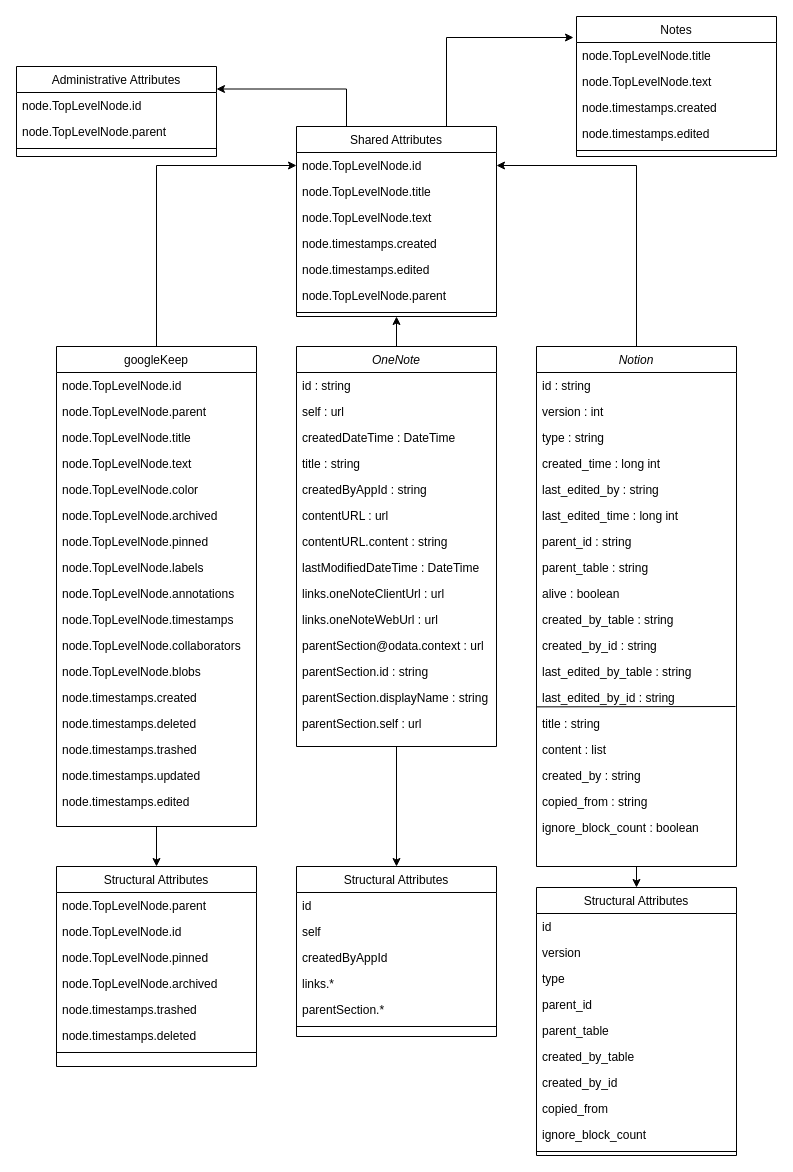
This is src/notes/attribute_union.drawio from SimonHofmeister1992/HSP-Project-SaaS_Data_Conversion_Tool, a draw.io file, before an edit. Source tidied: cells renumbered, new cells numbered last; positions are measured from the earlier drawing's top-left corner, leaving out a move shared by most shapes. Both pictures are drawn from the tidied source at 100%, with x=0, y=0 at pixel (16, 16).
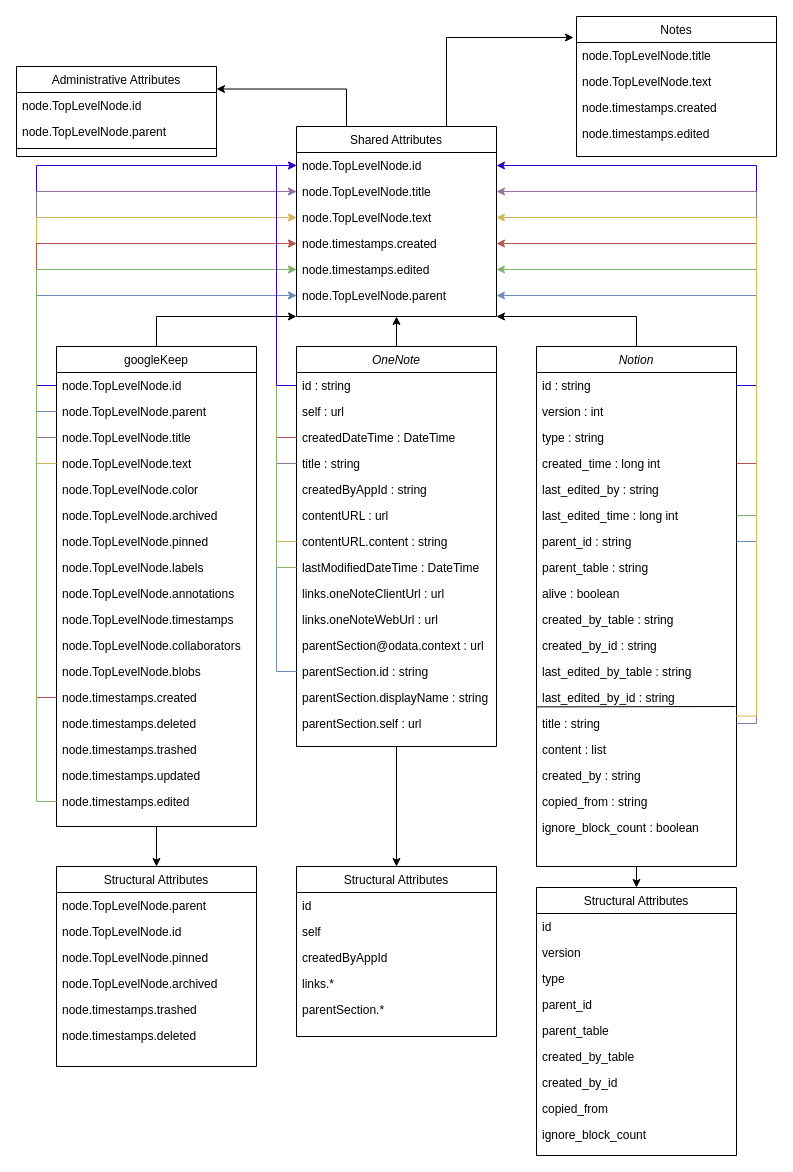
After the change.

Commit message (it also covers changes not shown here):
Verbessertes Attributdiagramm

Unchanged cells that the change refers to:
```xml
<mxCell id="4" value="googleKeep" style="swimlane;fontStyle=0;align=center;verticalAlign=top;horizontal=1;startSize=26;rounded=0;shadow=0;strokeWidth=1;" parent="1" vertex="1">
<mxCell id="5" value="node.TopLevelNode.id &#10;" style="text;align=left;verticalAlign=top;spacingLeft=4;spacingRight=4;overflow=hidden;points=[[0,0.5],[1,0.5]];portConstraint=eastwest;" parent="4" vertex="1">
<mxCell id="6" value="node.TopLevelNode.parent &#10;" style="text;align=left;verticalAlign=top;spacingLeft=4;spacingRight=4;overflow=hidden;points=[[0,0.5],[1,0.5]];portConstraint=eastwest;" parent="4" vertex="1">
<mxCell id="7" value="node.TopLevelNode.title &#10;" style="text;align=left;verticalAlign=top;spacingLeft=4;spacingRight=4;overflow=hidden;points=[[0,0.5],[1,0.5]];portConstraint=eastwest;" parent="4" vertex="1">
<mxCell id="8" value="node.TopLevelNode.text &#10;" style="text;align=left;verticalAlign=top;spacingLeft=4;spacingRight=4;overflow=hidden;points=[[0,0.5],[1,0.5]];portConstraint=eastwest;" parent="4" vertex="1">
<mxCell id="17" value="node.timestamps.created &#10;" style="text;align=left;verticalAlign=top;spacingLeft=4;spacingRight=4;overflow=hidden;points=[[0,0.5],[1,0.5]];portConstraint=eastwest;" parent="4" vertex="1">
<mxCell id="21" value="node.timestamps.edited" style="text;align=left;verticalAlign=top;spacingLeft=4;spacingRight=4;overflow=hidden;points=[[0,0.5],[1,0.5]];portConstraint=eastwest;" parent="4" vertex="1">
<mxCell id="25" value="id : string" style="text;align=left;verticalAlign=top;spacingLeft=4;spacingRight=4;overflow=hidden;points=[[0,0.5],[1,0.5]];portConstraint=eastwest;" parent="24" vertex="1">
<mxCell id="27" value="createdDateTime : DateTime" style="text;align=left;verticalAlign=top;spacingLeft=4;spacingRight=4;overflow=hidden;points=[[0,0.5],[1,0.5]];portConstraint=eastwest;rounded=0;shadow=0;html=0;" parent="24" vertex="1">
<mxCell id="28" value="title : string" style="text;align=left;verticalAlign=top;spacingLeft=4;spacingRight=4;overflow=hidden;points=[[0,0.5],[1,0.5]];portConstraint=eastwest;rounded=0;shadow=0;html=0;" parent="24" vertex="1">
<mxCell id="31" value="contentURL.content : string" style="text;align=left;verticalAlign=top;spacingLeft=4;spacingRight=4;overflow=hidden;points=[[0,0.5],[1,0.5]];portConstraint=eastwest;rounded=0;shadow=0;html=0;" parent="24" vertex="1">
<mxCell id="32" value="lastModifiedDateTime : DateTime" style="text;align=left;verticalAlign=top;spacingLeft=4;spacingRight=4;overflow=hidden;points=[[0,0.5],[1,0.5]];portConstraint=eastwest;rounded=0;shadow=0;html=0;" parent="24" vertex="1">
<mxCell id="36" value="parentSection.id : string" style="text;align=left;verticalAlign=top;spacingLeft=4;spacingRight=4;overflow=hidden;points=[[0,0.5],[1,0.5]];portConstraint=eastwest;rounded=0;shadow=0;html=0;" parent="24" vertex="1">
<mxCell id="41" value="Notion" style="swimlane;fontStyle=2;align=center;verticalAlign=top;horizontal=1;startSize=26;rounded=0;shadow=0;strokeWidth=1;" parent="1" vertex="1">
<mxCell id="42" value="id : string" style="text;align=left;verticalAlign=top;spacingLeft=4;spacingRight=4;overflow=hidden;points=[[0,0.5],[1,0.5]];portConstraint=eastwest;" parent="41" vertex="1">
<mxCell id="45" value="created_time : long int" style="text;align=left;verticalAlign=top;spacingLeft=4;spacingRight=4;overflow=hidden;points=[[0,0.5],[1,0.5]];portConstraint=eastwest;rounded=0;shadow=0;html=0;" parent="41" vertex="1">
<mxCell id="47" value="last_edited_time : long int" style="text;align=left;verticalAlign=top;spacingLeft=4;spacingRight=4;overflow=hidden;points=[[0,0.5],[1,0.5]];portConstraint=eastwest;rounded=0;shadow=0;html=0;" parent="41" vertex="1">
<mxCell id="48" value="parent_id : string" style="text;align=left;verticalAlign=top;spacingLeft=4;spacingRight=4;overflow=hidden;points=[[0,0.5],[1,0.5]];portConstraint=eastwest;rounded=0;shadow=0;html=0;" parent="41" vertex="1">
<mxCell id="55" value="title : string" style="text;align=left;verticalAlign=top;spacingLeft=4;spacingRight=4;overflow=hidden;points=[[0,0.5],[1,0.5]];portConstraint=eastwest;rounded=0;shadow=0;html=0;" parent="41" vertex="1">
<mxCell id="63" value="Shared Attributes" style="swimlane;fontStyle=0;align=center;verticalAlign=top;horizontal=1;startSize=26;rounded=0;shadow=0;strokeWidth=1;" parent="1" vertex="1">
<mxCell id="64" value="node.TopLevelNode.id &#10;" style="text;align=left;verticalAlign=top;spacingLeft=4;spacingRight=4;overflow=hidden;points=[[0,0.5],[1,0.5]];portConstraint=eastwest;" parent="63" vertex="1">
<mxCell id="65" value="node.TopLevelNode.title &#10;" style="text;align=left;verticalAlign=top;spacingLeft=4;spacingRight=4;overflow=hidden;points=[[0,0.5],[1,0.5]];portConstraint=eastwest;" parent="63" vertex="1">
<mxCell id="66" value="node.TopLevelNode.text &#10;" style="text;align=left;verticalAlign=top;spacingLeft=4;spacingRight=4;overflow=hidden;points=[[0,0.5],[1,0.5]];portConstraint=eastwest;" parent="63" vertex="1">
<mxCell id="67" value="node.timestamps.created &#10;" style="text;align=left;verticalAlign=top;spacingLeft=4;spacingRight=4;overflow=hidden;points=[[0,0.5],[1,0.5]];portConstraint=eastwest;" parent="63" vertex="1">
<mxCell id="68" value="node.timestamps.edited" style="text;align=left;verticalAlign=top;spacingLeft=4;spacingRight=4;overflow=hidden;points=[[0,0.5],[1,0.5]];portConstraint=eastwest;" parent="63" vertex="1">
<mxCell id="69" value="node.TopLevelNode.parent &#10;" style="text;align=left;verticalAlign=top;spacingLeft=4;spacingRight=4;overflow=hidden;points=[[0,0.5],[1,0.5]];portConstraint=eastwest;" parent="63" vertex="1">
<mxCell id="75" value="Notes" style="swimlane;fontStyle=0;align=center;verticalAlign=top;horizontal=1;startSize=26;rounded=0;shadow=0;strokeWidth=1;" parent="1" vertex="1">
<mxCell id="81" value="Structural Attributes" style="swimlane;fontStyle=0;align=center;verticalAlign=top;horizontal=1;startSize=26;rounded=0;shadow=0;strokeWidth=1;" parent="1" vertex="1">
<mxCell id="89" value="Structural Attributes" style="swimlane;fontStyle=0;align=center;verticalAlign=top;horizontal=1;startSize=26;rounded=0;shadow=0;strokeWidth=1;" parent="1" vertex="1">
<mxCell id="96" value="Structural Attributes" style="swimlane;fontStyle=0;align=center;verticalAlign=top;horizontal=1;startSize=26;rounded=0;shadow=0;strokeWidth=1;" parent="1" vertex="1">
```

Diff of the diagram source:
```diff
@@
-    <mxCell id="2" style="edgeStyle=orthogonalEdgeStyle;rounded=0;jettySize=auto;html=1;exitX=0.5;exitY=0;exitDx=0;exitDy=0;entryX=0;entryY=0.5;entryDx=0;entryDy=0;" parent="1" edge="1" source="4">
-      <mxGeometry relative="1" as="geometry">
-        <mxPoint x="280" y="149" as="targetPoint" />
-        <Array as="points">
-          <mxPoint x="140" y="149" />
-        </Array>
-      </mxGeometry>
-    </mxCell>
@@
+    <mxCell id="107" style="edgeStyle=orthogonalEdgeStyle;rounded=0;jettySize=auto;html=1;exitX=0.5;exitY=0;exitDx=0;exitDy=0;entryX=0;entryY=1;entryDx=0;entryDy=0;" parent="1" edge="1" source="4" target="63">
+      <mxGeometry relative="1" as="geometry">
+        <Array as="points">
+          <mxPoint x="140" y="300" />
+        </Array>
+      </mxGeometry>
+    </mxCell>
@@
-    <mxCell id="39" style="edgeStyle=orthogonalEdgeStyle;rounded=0;jettySize=auto;html=1;exitX=0.5;exitY=0;exitDx=0;exitDy=0;entryX=1;entryY=0.5;entryDx=0;entryDy=0;" parent="1" edge="1" source="41">
+    <mxCell id="39" style="edgeStyle=orthogonalEdgeStyle;rounded=0;jettySize=auto;html=1;exitX=0.5;exitY=0;exitDx=0;exitDy=0;entryX=1;entryY=1;entryDx=0;entryDy=0;" parent="1" edge="1" source="41" target="63">
       <mxGeometry relative="1" as="geometry">
-        <mxPoint x="480" y="149" as="targetPoint" />
         <Array as="points">
-          <mxPoint x="620" y="149" />
+          <mxPoint x="620" y="300" />
         </Array>
       </mxGeometry>
     </mxCell>
@@
-    <mxCell id="70" style="line;html=1;strokeWidth=1;align=left;verticalAlign=middle;spacingTop=-1;spacingLeft=3;spacingRight=3;labelPosition=right;" parent="63" vertex="1">
-      <mxGeometry y="182" width="200" height="8" as="geometry" />
-    </mxCell>
@@
-    <mxCell id="80" style="line;html=1;strokeWidth=1;align=left;verticalAlign=middle;spacingTop=-1;spacingLeft=3;spacingRight=3;labelPosition=right;" parent="75" vertex="1">
-      <mxGeometry y="130" width="200" height="8" as="geometry" />
-    </mxCell>
@@
-    <mxCell id="88" style="line;html=1;strokeWidth=1;align=left;verticalAlign=middle;spacingTop=-1;spacingLeft=3;spacingRight=3;labelPosition=right;" parent="81" vertex="1">
-      <mxGeometry y="182" width="200" height="8" as="geometry" />
-    </mxCell>
@@
-    <mxCell id="95" style="line;html=1;strokeWidth=1;align=left;verticalAlign=middle;spacingTop=-1;spacingLeft=3;spacingRight=3;labelPosition=right;" parent="89" vertex="1">
-      <mxGeometry y="156" width="200" height="8" as="geometry" />
-    </mxCell>
@@
-    <mxCell id="106" style="line;html=1;strokeWidth=1;align=left;verticalAlign=middle;spacingTop=-1;spacingLeft=3;spacingRight=3;labelPosition=right;" parent="96" vertex="1">
-      <mxGeometry y="260" width="200" height="8" as="geometry" />
-    </mxCell>
+    <mxCell id="108" style="edgeStyle=orthogonalEdgeStyle;rounded=0;jettySize=auto;html=1;exitX=0;exitY=0.5;exitDx=0;exitDy=0;entryX=0;entryY=0.5;entryDx=0;entryDy=0;fillColor=#dae8fc;strokeColor=#6c8ebf;" parent="1" edge="1" source="36" target="69">
+      <mxGeometry relative="1" as="geometry" />
+    </mxCell>
+    <mxCell id="109" style="edgeStyle=orthogonalEdgeStyle;rounded=0;jettySize=auto;html=1;exitX=0;exitY=0.5;exitDx=0;exitDy=0;entryX=0;entryY=0.5;entryDx=0;entryDy=0;strokeColor=#9673a6;fillColor=#e1d5e7;" parent="1" edge="1" source="28" target="65">
+      <mxGeometry relative="1" as="geometry">
+        <Array as="points">
+          <mxPoint x="260" y="447" />
+          <mxPoint x="260" y="175" />
+        </Array>
+      </mxGeometry>
+    </mxCell>
+    <mxCell id="110" style="edgeStyle=orthogonalEdgeStyle;rounded=0;jettySize=auto;html=1;exitX=0;exitY=0.5;exitDx=0;exitDy=0;entryX=0;entryY=0.5;entryDx=0;entryDy=0;strokeColor=#d6b656;fillColor=#fff2cc;" parent="1" edge="1" source="31" target="66">
+      <mxGeometry relative="1" as="geometry">
+        <Array as="points">
+          <mxPoint x="260" y="525" />
+          <mxPoint x="260" y="201" />
+        </Array>
+      </mxGeometry>
+    </mxCell>
+    <mxCell id="111" style="edgeStyle=orthogonalEdgeStyle;rounded=0;jettySize=auto;html=1;exitX=0;exitY=0.5;exitDx=0;exitDy=0;entryX=0;entryY=0.5;entryDx=0;entryDy=0;strokeColor=#B85450;" parent="1" edge="1" source="27" target="67">
+      <mxGeometry relative="1" as="geometry" />
+    </mxCell>
+    <mxCell id="112" style="edgeStyle=orthogonalEdgeStyle;rounded=0;jettySize=auto;html=1;exitX=0;exitY=0.5;exitDx=0;exitDy=0;entryX=0;entryY=0.5;entryDx=0;entryDy=0;strokeColor=#82b366;fillColor=#d5e8d4;" parent="1" edge="1" source="32" target="68">
+      <mxGeometry relative="1" as="geometry" />
+    </mxCell>
+    <mxCell id="113" style="edgeStyle=orthogonalEdgeStyle;rounded=0;jettySize=auto;html=1;exitX=0;exitY=0.5;exitDx=0;exitDy=0;entryX=0;entryY=0.5;entryDx=0;entryDy=0;strokeColor=#3700CC;fillColor=#6a00ff;" parent="1" edge="1" source="5" target="64">
+      <mxGeometry relative="1" as="geometry" />
+    </mxCell>
+    <mxCell id="114" style="edgeStyle=orthogonalEdgeStyle;rounded=0;jettySize=auto;html=1;exitX=0;exitY=0.5;exitDx=0;exitDy=0;strokeColor=#6c8ebf;fillColor=#dae8fc;entryX=0;entryY=0.5;entryDx=0;entryDy=0;" parent="1" edge="1" source="6" target="69">
+      <mxGeometry relative="1" as="geometry" />
+    </mxCell>
+    <mxCell id="115" style="edgeStyle=orthogonalEdgeStyle;rounded=0;jettySize=auto;html=1;exitX=0;exitY=0.5;exitDx=0;exitDy=0;entryX=0;entryY=0.5;entryDx=0;entryDy=0;strokeColor=#9673a6;fillColor=#e1d5e7;" parent="1" edge="1" source="7" target="65">
+      <mxGeometry relative="1" as="geometry" />
+    </mxCell>
+    <mxCell id="116" style="edgeStyle=orthogonalEdgeStyle;rounded=0;jettySize=auto;html=1;exitX=0;exitY=0.5;exitDx=0;exitDy=0;entryX=0;entryY=0.5;entryDx=0;entryDy=0;strokeColor=#d6b656;fillColor=#fff2cc;" parent="1" edge="1" source="8" target="66">
+      <mxGeometry relative="1" as="geometry" />
+    </mxCell>
+    <mxCell id="117" style="edgeStyle=orthogonalEdgeStyle;rounded=0;jettySize=auto;html=1;exitX=0;exitY=0.5;exitDx=0;exitDy=0;entryX=0;entryY=0.5;entryDx=0;entryDy=0;strokeColor=#B85450;" parent="1" edge="1" source="17" target="67">
+      <mxGeometry relative="1" as="geometry" />
+    </mxCell>
+    <mxCell id="118" style="edgeStyle=orthogonalEdgeStyle;rounded=0;jettySize=auto;html=1;exitX=0;exitY=0.5;exitDx=0;exitDy=0;entryX=0;entryY=0.5;entryDx=0;entryDy=0;strokeColor=#82b366;fillColor=#d5e8d4;" parent="1" edge="1" source="21" target="68">
+      <mxGeometry relative="1" as="geometry" />
+    </mxCell>
+    <mxCell id="119" style="edgeStyle=orthogonalEdgeStyle;rounded=0;jettySize=auto;html=1;exitX=0;exitY=0.5;exitDx=0;exitDy=0;entryX=0;entryY=0.5;entryDx=0;entryDy=0;strokeColor=#3700CC;fillColor=#6a00ff;" parent="1" edge="1" source="25" target="64">
+      <mxGeometry relative="1" as="geometry" />
+    </mxCell>
+    <mxCell id="120" style="edgeStyle=orthogonalEdgeStyle;rounded=0;jettySize=auto;html=1;exitX=1;exitY=0.5;exitDx=0;exitDy=0;entryX=1;entryY=0.5;entryDx=0;entryDy=0;strokeColor=#3700CC;fillColor=#6a00ff;" parent="1" edge="1" source="42" target="64">
+      <mxGeometry relative="1" as="geometry" />
+    </mxCell>
+    <mxCell id="121" style="edgeStyle=orthogonalEdgeStyle;rounded=0;jettySize=auto;html=1;exitX=1;exitY=0.5;exitDx=0;exitDy=0;entryX=1;entryY=0.5;entryDx=0;entryDy=0;strokeColor=#9673a6;fillColor=#e1d5e7;" parent="1" edge="1" source="55" target="65">
+      <mxGeometry relative="1" as="geometry" />
+    </mxCell>
+    <mxCell id="122" style="edgeStyle=orthogonalEdgeStyle;rounded=0;jettySize=auto;html=1;exitX=1;exitY=0.5;exitDx=0;exitDy=0;entryX=1;entryY=0.5;entryDx=0;entryDy=0;strokeColor=#B85450;" parent="1" edge="1" source="45" target="67">
+      <mxGeometry relative="1" as="geometry" />
+    </mxCell>
+    <mxCell id="123" style="edgeStyle=orthogonalEdgeStyle;rounded=0;jettySize=auto;html=1;exitX=1;exitY=0.5;exitDx=0;exitDy=0;entryX=1;entryY=0.5;entryDx=0;entryDy=0;strokeColor=#82b366;fillColor=#d5e8d4;" parent="1" edge="1" source="47" target="68">
+      <mxGeometry relative="1" as="geometry" />
+    </mxCell>
+    <mxCell id="124" style="edgeStyle=orthogonalEdgeStyle;rounded=0;jettySize=auto;html=1;exitX=1;exitY=0.5;exitDx=0;exitDy=0;entryX=1;entryY=0.5;entryDx=0;entryDy=0;strokeColor=#6c8ebf;fillColor=#dae8fc;" parent="1" edge="1" source="48" target="69">
+      <mxGeometry relative="1" as="geometry" />
+    </mxCell>
+    <mxCell id="125" style="edgeStyle=orthogonalEdgeStyle;rounded=0;jettySize=auto;html=1;exitX=0.998;exitY=0.214;exitDx=0;exitDy=0;entryX=1;entryY=0.5;entryDx=0;entryDy=0;strokeColor=#d6b656;fillColor=#fff2cc;exitPerimeter=0;" parent="1" edge="1" source="55" target="66">
+      <mxGeometry relative="1" as="geometry" />
+    </mxCell>
```
